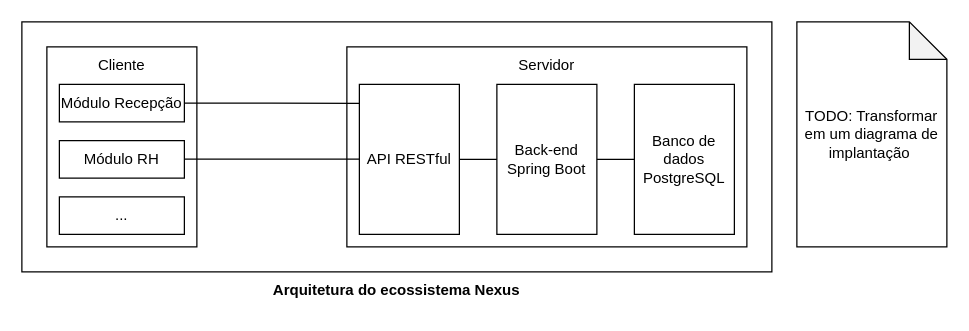
Earlier version of the draw.io diagram page "arquitetura" (2 of 2) of docs/diagramas.drawio (therapies-love-kids/nexus). Source tidied: cells renumbered, new cells numbered last; positions are measured from the earlier drawing's top-left corner, leaving out a move shared by most shapes. Both pictures are drawn from the tidied source at 125%, with x=0, y=0 at pixel (21, 21).
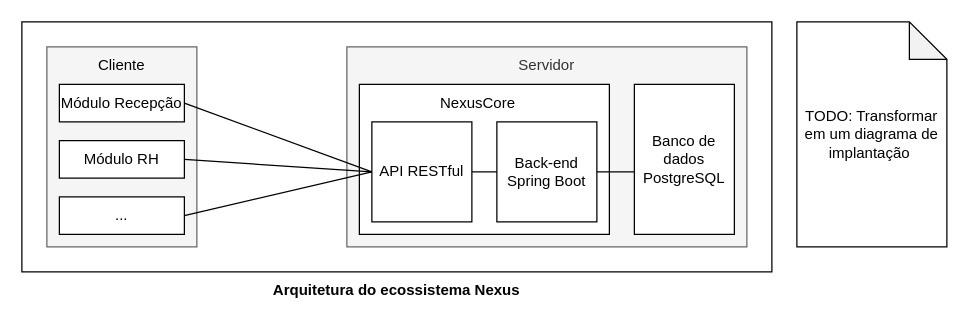
Above is the later version.

Unchanged cells that the change refers to:
```xml
<mxCell id="11" value="Módulo Recepção" style="rounded=0;whiteSpace=wrap;html=1;" parent="1" vertex="1">
  <mxGeometry x="30" y="50" width="100" height="30" as="geometry" />
</mxCell>
<mxCell id="12" value="..." style="rounded=0;whiteSpace=wrap;html=1;" parent="1" vertex="1">
  <mxGeometry x="30" y="140" width="100" height="30" as="geometry" />
</mxCell>
<mxCell id="13" value="Módulo RH" style="rounded=0;whiteSpace=wrap;html=1;" parent="1" vertex="1">
  <mxGeometry x="30" y="95" width="100" height="30" as="geometry" />
</mxCell>
```

The edit, as a diff of the source:
```diff
@@
-    <mxCell id="3" style="rounded=0;whiteSpace=wrap;html=1;" parent="1" vertex="1">
+    <mxCell id="3" style="rounded=0;whiteSpace=wrap;html=1;fillColor=#f5f5f5;fontColor=#333333;strokeColor=#666666;" parent="1" vertex="1">
       <mxGeometry x="260" y="20" width="320" height="160" as="geometry" />
     </mxCell>
-    <mxCell id="4" value="API RESTful" style="rounded=0;whiteSpace=wrap;html=1;" parent="1" vertex="1">
-      <mxGeometry x="270" y="50" width="80" height="120" as="geometry" />
-    </mxCell>
@@
-    <mxCell id="6" value="Servidor" style="text;html=1;align=center;verticalAlign=middle;whiteSpace=wrap;rounded=0;" parent="1" vertex="1">
+    <mxCell id="6" value="Servidor" style="text;html=1;align=center;verticalAlign=middle;whiteSpace=wrap;rounded=0;fillColor=none;fontColor=#333333;strokeColor=none;" parent="1" vertex="1">
       <mxGeometry x="260" y="20" width="320" height="30" as="geometry" />
     </mxCell>
-    <mxCell id="7" value="Back-end Spring Boot" style="rounded=0;whiteSpace=wrap;html=1;" parent="1" vertex="1">
-      <mxGeometry x="380" y="50" width="80" height="120" as="geometry" />
-    </mxCell>
-    <mxCell id="8" style="endArrow=none;startArrow=none;html=1;rounded=0;exitX=1;exitY=0.5;exitDx=0;exitDy=0;entryX=0;entryY=0.5;entryDx=0;entryDy=0;endFill=0;startFill=0;" parent="1" edge="1" source="4" target="7">
-      <mxGeometry relative="1" as="geometry" />
-    </mxCell>
-    <mxCell id="9" style="rounded=0;whiteSpace=wrap;html=1;" parent="1" vertex="1">
+    <mxCell id="9" style="rounded=0;whiteSpace=wrap;html=1;fillColor=#f5f5f5;fontColor=#333333;strokeColor=#666666;" parent="1" vertex="1">
       <mxGeometry x="20" y="20" width="120" height="160" as="geometry" />
     </mxCell>
@@
-    <mxCell id="14" style="edgeStyle=orthogonalEdgeStyle;rounded=0;jettySize=auto;html=1;exitX=1;exitY=0.5;exitDx=0;exitDy=0;entryX=0;entryY=0.127;entryDx=0;entryDy=0;entryPerimeter=0;startArrow=none;startFill=0;endArrow=none;endFill=0;" parent="1" edge="1" source="11" target="4">
-      <mxGeometry relative="1" as="geometry" />
-    </mxCell>
-    <mxCell id="15" style="endArrow=none;startArrow=none;html=1;rounded=0;exitX=1;exitY=0.5;exitDx=0;exitDy=0;entryX=0;entryY=0.5;entryDx=0;entryDy=0;endFill=0;startFill=0;" parent="1" edge="1">
-      <mxGeometry relative="1" as="geometry">
-        <mxPoint x="460" y="109.9" as="sourcePoint" />
-        <mxPoint x="490" y="109.9" as="targetPoint" />
-      </mxGeometry>
-    </mxCell>
-    <mxCell id="16" style="edgeStyle=orthogonalEdgeStyle;rounded=0;orthogonalLoop=1;jettySize=auto;html=1;exitX=1;exitY=0.5;exitDx=0;exitDy=0;entryX=0;entryY=0.127;entryDx=0;entryDy=0;entryPerimeter=0;startArrow=none;startFill=0;endArrow=none;endFill=0;" parent="1" edge="1">
-      <mxGeometry relative="1" as="geometry">
-        <mxPoint x="130" y="109.7" as="sourcePoint" />
-        <mxPoint x="270" y="109.7" as="targetPoint" />
-      </mxGeometry>
-    </mxCell>
@@
+    <mxCell id="19" style="rounded=0;whiteSpace=wrap;html=1;" parent="1" vertex="1">
+      <mxGeometry x="270" y="50" width="200" height="120" as="geometry" />
+    </mxCell>
+    <mxCell id="4" value="API RESTful" style="rounded=0;whiteSpace=wrap;html=1;" parent="1" vertex="1">
+      <mxGeometry x="280" y="80" width="80" height="80" as="geometry" />
+    </mxCell>
+    <mxCell id="7" value="Back-end Spring Boot" style="rounded=0;whiteSpace=wrap;html=1;" parent="1" vertex="1">
+      <mxGeometry x="380" y="80" width="80" height="80" as="geometry" />
+    </mxCell>
+    <mxCell id="20" value="NexusCore" style="text;html=1;align=center;verticalAlign=middle;whiteSpace=wrap;rounded=0;" parent="1" vertex="1">
+      <mxGeometry x="270" y="50" width="190" height="30" as="geometry" />
+    </mxCell>
+    <mxCell id="21" style="endArrow=none;html=1;rounded=0;exitX=0;exitY=0.5;exitDx=0;exitDy=0;entryX=1;entryY=0.5;entryDx=0;entryDy=0;" parent="1" edge="1" source="4" target="13">
+      <mxGeometry relative="1" as="geometry" />
+    </mxCell>
+    <mxCell id="14" style="endArrow=none;html=1;rounded=0;exitX=1;exitY=0.5;exitDx=0;exitDy=0;entryX=0;entryY=0.5;entryDx=0;entryDy=0;" parent="1" edge="1" source="11" target="4">
+      <mxGeometry relative="1" as="geometry" />
+    </mxCell>
+    <mxCell id="22" style="endArrow=none;html=1;rounded=0;exitX=1;exitY=0.5;exitDx=0;exitDy=0;entryX=0;entryY=0.5;entryDx=0;entryDy=0;" parent="1" edge="1" source="12" target="4">
+      <mxGeometry relative="1" as="geometry" />
+    </mxCell>
+    <mxCell id="23" style="endArrow=none;html=1;rounded=0;exitX=1;exitY=0.5;exitDx=0;exitDy=0;entryX=0.719;entryY=0.625;entryDx=0;entryDy=0;entryPerimeter=0;" parent="1" edge="1" source="7" target="3">
+      <mxGeometry relative="1" as="geometry" />
+    </mxCell>
+    <mxCell id="8" style="endArrow=none;html=1;rounded=0;exitX=1;exitY=0.5;exitDx=0;exitDy=0;entryX=0;entryY=0.5;entryDx=0;entryDy=0;" parent="1" edge="1" source="4" target="7">
+      <mxGeometry relative="1" as="geometry" />
+    </mxCell>
```
